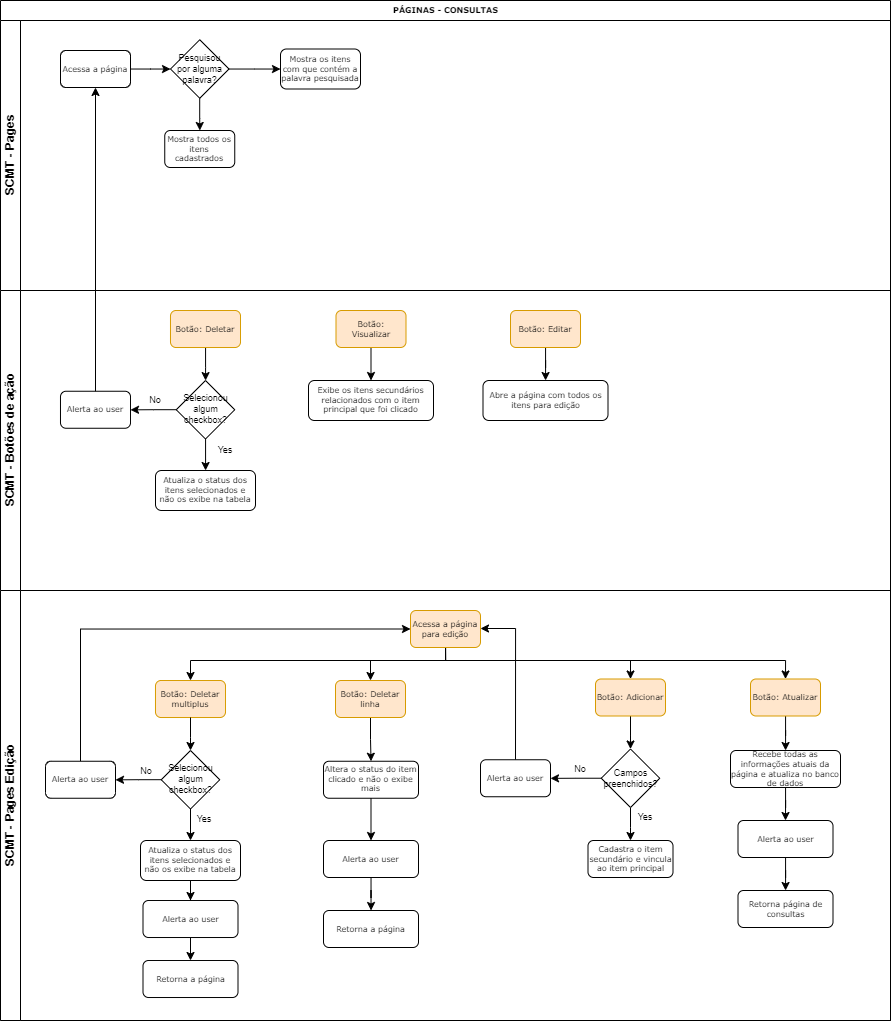
RogiNascimento/diagramas keeps this draw.io diagram as consulta_materiais.drawio.png. Above is the earlier version. Source tidied: cells renumbered, new cells last; positions are measured from the earlier drawing's top-left corner, leaving out a move shared by most shapes.
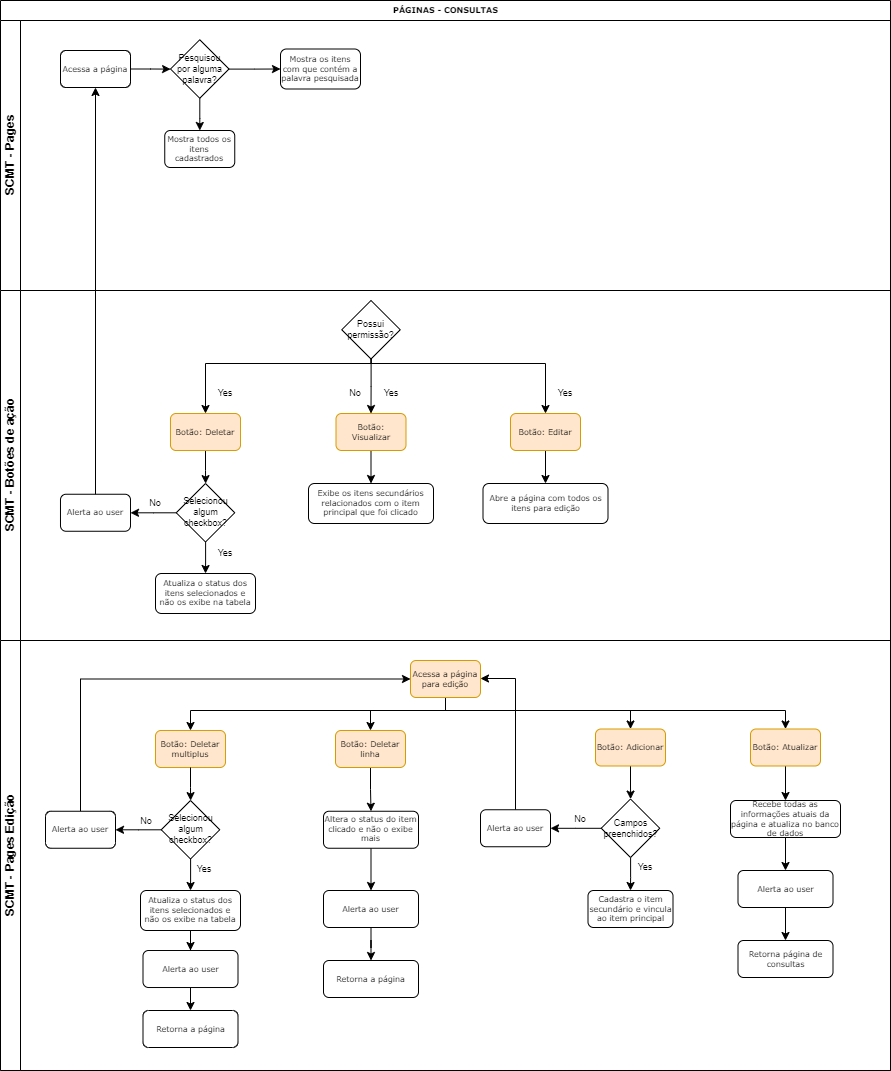
After the commit.

Change to the diagram source:
```diff
@@ -3,7 +3,7 @@
     <mxCell id="0" />
     <mxCell id="1" parent="0" />
     <mxCell id="2" value="PÁGINAS - CONSULTAS" style="swimlane;html=1;horizontal=1;startSize=20;rounded=0;shadow=0;labelBackgroundColor=none;strokeWidth=1;fontFamily=Verdana;fontSize=8;align=center;" parent="1" vertex="1">
-      <mxGeometry width="890" height="1020" as="geometry" />
+      <mxGeometry width="890" height="1070" as="geometry" />
     </mxCell>
     <mxCell id="3" value="SCMT - Pages" style="swimlane;html=1;startSize=20;horizontal=0;" parent="2" vertex="1">
       <mxGeometry y="20" width="890" height="270" as="geometry" />
@@ -30,13 +30,13 @@
       <mxGeometry x="280" y="28.5" width="80" height="40" as="geometry" />
     </mxCell>
     <mxCell id="11" value="SCMT - Botões de ação" style="swimlane;html=1;startSize=20;horizontal=0;" parent="2" vertex="1">
-      <mxGeometry y="290" width="890" height="300" as="geometry" />
+      <mxGeometry y="290" width="890" height="350" as="geometry" />
     </mxCell>
     <mxCell id="12" style="edgeStyle=orthogonalEdgeStyle;rounded=0;jettySize=auto;html=1;fontSize=9;" parent="11" edge="1" source="13" target="16">
       <mxGeometry relative="1" as="geometry" />
     </mxCell>
     <mxCell id="13" value="Botão: Deletar" style="rounded=1;whiteSpace=wrap;html=1;shadow=0;labelBackgroundColor=none;strokeWidth=1;fontFamily=Verdana;fontSize=8;align=center;fillColor=#ffe6cc;strokeColor=#d79b00;" parent="11" vertex="1">
-      <mxGeometry x="170" y="20" width="70" height="37" as="geometry" />
+      <mxGeometry x="170" y="123" width="70" height="37" as="geometry" />
     </mxCell>
     <mxCell id="14" style="edgeStyle=orthogonalEdgeStyle;rounded=0;jettySize=auto;html=1;fontSize=9;" parent="11" edge="1" source="16" target="17">
       <mxGeometry relative="1" as="geometry" />
@@ -45,43 +45,81 @@
       <mxGeometry relative="1" as="geometry" />
     </mxCell>
     <mxCell id="16" value="Selecionou algum checkbox?" style="rhombus;whiteSpace=wrap;html=1;fontSize=9;" parent="11" vertex="1">
-      <mxGeometry x="175.8" y="90" width="58.5" height="58.5" as="geometry" />
+      <mxGeometry x="175.8" y="193" width="58.5" height="58.5" as="geometry" />
     </mxCell>
     <mxCell id="17" value="Alerta ao user" style="rounded=1;whiteSpace=wrap;html=1;shadow=0;labelBackgroundColor=none;strokeWidth=1;fontFamily=Verdana;fontSize=8;align=center;" parent="11" vertex="1">
-      <mxGeometry x="60" y="100.8" width="70" height="37" as="geometry" />
+      <mxGeometry x="60" y="203.8" width="70" height="37" as="geometry" />
     </mxCell>
     <mxCell id="18" value="Atualiza o status dos itens selecionados e não os exibe na tabela" style="rounded=1;whiteSpace=wrap;html=1;shadow=0;labelBackgroundColor=none;strokeWidth=1;fontFamily=Verdana;fontSize=8;align=center;" parent="11" vertex="1">
-      <mxGeometry x="155" y="180" width="100" height="40" as="geometry" />
+      <mxGeometry x="155" y="283" width="100" height="40" as="geometry" />
     </mxCell>
     <mxCell id="19" style="edgeStyle=orthogonalEdgeStyle;rounded=0;jettySize=auto;html=1;fontSize=9;entryX=0.5;entryY=0;entryDx=0;entryDy=0;exitX=0.5;exitY=1;exitDx=0;exitDy=0;" parent="11" edge="1" source="20" target="21">
       <mxGeometry relative="1" as="geometry" />
     </mxCell>
     <mxCell id="20" value="Botão: Visualizar" style="rounded=1;whiteSpace=wrap;html=1;shadow=0;labelBackgroundColor=none;strokeWidth=1;fontFamily=Verdana;fontSize=8;align=center;fillColor=#ffe6cc;strokeColor=#d79b00;" parent="11" vertex="1">
-      <mxGeometry x="335.5" y="20" width="70" height="37" as="geometry" />
+      <mxGeometry x="335.5" y="123" width="70" height="37" as="geometry" />
     </mxCell>
     <mxCell id="21" value="Exibe os itens secundários relacionados com o item principal que foi clicado" style="rounded=1;whiteSpace=wrap;html=1;shadow=0;labelBackgroundColor=none;strokeWidth=1;fontFamily=Verdana;fontSize=8;align=center;" parent="11" vertex="1">
-      <mxGeometry x="308" y="90" width="125" height="40" as="geometry" />
+      <mxGeometry x="308" y="193" width="125" height="40" as="geometry" />
     </mxCell>
     <mxCell id="22" style="edgeStyle=orthogonalEdgeStyle;rounded=0;jettySize=auto;html=1;fontSize=9;" parent="11" edge="1" source="23" target="24">
       <mxGeometry relative="1" as="geometry" />
     </mxCell>
     <mxCell id="23" value="Botão: Editar" style="rounded=1;whiteSpace=wrap;html=1;shadow=0;labelBackgroundColor=none;strokeWidth=1;fontFamily=Verdana;fontSize=8;align=center;fillColor=#ffe6cc;strokeColor=#d79b00;" parent="11" vertex="1">
-      <mxGeometry x="510" y="20" width="70" height="37" as="geometry" />
+      <mxGeometry x="510" y="123" width="70" height="37" as="geometry" />
     </mxCell>
     <mxCell id="24" value="Abre a página com todos os itens para edição" style="rounded=1;whiteSpace=wrap;html=1;shadow=0;labelBackgroundColor=none;strokeWidth=1;fontFamily=Verdana;fontSize=8;align=center;" parent="11" vertex="1">
-      <mxGeometry x="482.5" y="90" width="125" height="40" as="geometry" />
+      <mxGeometry x="482.5" y="193" width="125" height="40" as="geometry" />
     </mxCell>
     <mxCell id="25" value="Yes" style="text;html=1;strokeColor=none;fillColor=none;align=center;verticalAlign=middle;whiteSpace=wrap;rounded=0;fontSize=9;" parent="11" vertex="1">
-      <mxGeometry x="210" y="150" width="30" height="20" as="geometry" />
+      <mxGeometry x="210" y="253" width="30" height="20" as="geometry" />
     </mxCell>
     <mxCell id="26" value="No" style="text;html=1;strokeColor=none;fillColor=none;align=center;verticalAlign=middle;whiteSpace=wrap;rounded=0;fontSize=9;" parent="11" vertex="1">
-      <mxGeometry x="140" y="100" width="30" height="20" as="geometry" />
+      <mxGeometry x="140" y="203" width="30" height="20" as="geometry" />
     </mxCell>
+    <mxCell id="72" style="edgeStyle=orthogonalEdgeStyle;rounded=0;jettySize=auto;html=1;entryX=0.5;entryY=0;entryDx=0;entryDy=0;" parent="11" edge="1" source="75">
+      <mxGeometry relative="1" as="geometry">
+        <mxPoint x="205" y="123" as="targetPoint" />
+        <Array as="points">
+          <mxPoint x="371" y="73" />
+          <mxPoint x="205" y="73" />
+        </Array>
+      </mxGeometry>
+    </mxCell>
+    <mxCell id="73" style="edgeStyle=orthogonalEdgeStyle;rounded=0;jettySize=auto;html=1;entryX=0.5;entryY=0;entryDx=0;entryDy=0;" parent="11" edge="1" source="75">
+      <mxGeometry relative="1" as="geometry">
+        <mxPoint x="370.5" y="123" as="targetPoint" />
+      </mxGeometry>
+    </mxCell>
+    <mxCell id="74" style="edgeStyle=orthogonalEdgeStyle;rounded=0;jettySize=auto;html=1;entryX=0.5;entryY=0;entryDx=0;entryDy=0;" parent="11" edge="1" source="75">
+      <mxGeometry relative="1" as="geometry">
+        <mxPoint x="545" y="123" as="targetPoint" />
+        <Array as="points">
+          <mxPoint x="371" y="73" />
+          <mxPoint x="545" y="73" />
+        </Array>
+      </mxGeometry>
+    </mxCell>
+    <mxCell id="75" value="Possui permissão?" style="rhombus;whiteSpace=wrap;html=1;fontSize=9;" parent="11" vertex="1">
+      <mxGeometry x="341.2" y="10" width="58.5" height="58.5" as="geometry" />
+    </mxCell>
+    <mxCell id="76" value="Yes" style="text;html=1;strokeColor=none;fillColor=none;align=center;verticalAlign=middle;whiteSpace=wrap;rounded=0;fontSize=9;" parent="11" vertex="1">
+      <mxGeometry x="210" y="93" width="30" height="20" as="geometry" />
+    </mxCell>
+    <mxCell id="77" value="Yes" style="text;html=1;strokeColor=none;fillColor=none;align=center;verticalAlign=middle;whiteSpace=wrap;rounded=0;fontSize=9;" parent="11" vertex="1">
+      <mxGeometry x="375.5" y="93" width="30" height="20" as="geometry" />
+    </mxCell>
+    <mxCell id="78" value="Yes" style="text;html=1;strokeColor=none;fillColor=none;align=center;verticalAlign=middle;whiteSpace=wrap;rounded=0;fontSize=9;" parent="11" vertex="1">
+      <mxGeometry x="550" y="93" width="30" height="20" as="geometry" />
+    </mxCell>
+    <mxCell id="79" value="No" style="text;html=1;strokeColor=none;fillColor=none;align=center;verticalAlign=middle;whiteSpace=wrap;rounded=0;fontSize=9;" parent="11" vertex="1">
+      <mxGeometry x="340" y="93" width="30" height="20" as="geometry" />
+    </mxCell>
     <mxCell id="27" style="edgeStyle=orthogonalEdgeStyle;rounded=0;jettySize=auto;html=1;entryX=0.5;entryY=1;entryDx=0;entryDy=0;fontSize=9;" parent="2" edge="1" source="17" target="4">
       <mxGeometry relative="1" as="geometry" />
     </mxCell>
     <mxCell id="28" value="SCMT - Pages Edição" style="swimlane;html=1;startSize=20;horizontal=0;" parent="2" vertex="1">
-      <mxGeometry y="590" width="890" height="430" as="geometry" />
+      <mxGeometry y="640" width="890" height="430" as="geometry" />
     </mxCell>
     <mxCell id="29" style="edgeStyle=orthogonalEdgeStyle;rounded=0;jettySize=auto;html=1;exitX=0.5;exitY=1;exitDx=0;exitDy=0;entryX=0.5;entryY=0;entryDx=0;entryDy=0;fontSize=9;" parent="28" edge="1" source="33" target="34">
       <mxGeometry relative="1" as="geometry">
```
